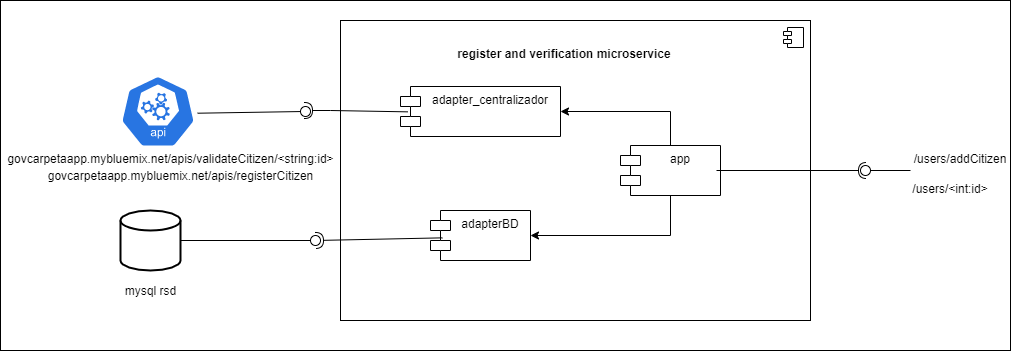
This is register-api-microservice/diagrams/register-api-microservice.png from jairo2120/Proyecto_TEI, a draw.io export, as it was before one commit. Source tidied: cells renumbered, new cells last; positions are measured from the earlier drawing's top-left corner, leaving out a move shared by most shapes. Source of this version:
```xml
<mxGraphModel>
  <root>
    <mxCell id="0" />
    <mxCell id="1" parent="0" />
    <mxCell id="2" style="html=1;" parent="1" vertex="1">
      <mxGeometry width="1010" height="350" as="geometry" />
    </mxCell>
    <mxCell id="3" style="html=1;" parent="1" vertex="1">
      <mxGeometry x="340" y="20" width="470" height="300" as="geometry" />
    </mxCell>
    <mxCell id="4" style="shape=module;jettyWidth=8;jettyHeight=4;" parent="3" vertex="1">
      <mxGeometry x="1" width="20" height="20" relative="1" as="geometry">
        <mxPoint x="-27" y="7" as="offset" />
      </mxGeometry>
    </mxCell>
    <mxCell id="5" value="register and verification microservice" style="text;align=center;fontStyle=1;verticalAlign=middle;spacingLeft=3;spacingRight=3;strokeColor=none;" parent="1" vertex="1">
      <mxGeometry x="524" y="40" width="80" height="26" as="geometry" />
    </mxCell>
    <mxCell id="6" style="edgeStyle=orthogonalEdgeStyle;rounded=0;jettySize=auto;html=1;endArrow=none;endFill=0;startArrow=classic;startFill=1;" parent="1" edge="1" source="7" target="18">
      <mxGeometry relative="1" as="geometry" />
    </mxCell>
    <mxCell id="7" value="adapter_centralizador" style="shape=module;align=left;spacingLeft=20;align=center;verticalAlign=top;" parent="1" vertex="1">
      <mxGeometry x="400" y="86" width="160" height="50" as="geometry" />
    </mxCell>
    <mxCell id="8" style="edgeStyle=orthogonalEdgeStyle;rounded=0;jettySize=auto;html=1;entryX=0.5;entryY=1;entryDx=0;entryDy=0;endArrow=none;endFill=0;startArrow=classic;startFill=1;" parent="1" edge="1" source="9" target="18">
      <mxGeometry relative="1" as="geometry" />
    </mxCell>
    <mxCell id="9" value="adapterBD" style="shape=module;align=left;spacingLeft=20;align=center;verticalAlign=top;" parent="1" vertex="1">
      <mxGeometry x="430" y="210" width="100" height="50" as="geometry" />
    </mxCell>
    <mxCell id="10" style="strokeWidth=2;html=1;shape=mxgraph.flowchart.database;whiteSpace=wrap;" parent="1" vertex="1">
      <mxGeometry x="120" y="210" width="60" height="60" as="geometry" />
    </mxCell>
    <mxCell id="11" style="html=1;dashed=0;whitespace=wrap;fillColor=#2875E2;strokeColor=#ffffff;points=[[0.005,0.63,0],[0.1,0.2,0],[0.9,0.2,0],[0.5,0,0],[0.995,0.63,0],[0.72,0.99,0],[0.5,1,0],[0.28,0.99,0]];shape=mxgraph.kubernetes.icon;prIcon=api;" parent="1" vertex="1">
      <mxGeometry x="120" y="66" width="75" height="90" as="geometry" />
    </mxCell>
    <mxCell id="12" style="rounded=0;jettySize=auto;html=1;endArrow=none;endFill=0;exitX=1.027;exitY=0.519;exitDx=0;exitDy=0;exitPerimeter=0;" parent="1" edge="1" source="11" target="14">
      <mxGeometry relative="1" as="geometry" />
    </mxCell>
    <mxCell id="13" style="rounded=0;jettySize=auto;html=1;endArrow=halfCircle;endFill=0;endSize=6;strokeWidth=1;exitX=0.046;exitY=0.507;exitDx=0;exitDy=0;exitPerimeter=0;" parent="1" edge="1" source="7">
      <mxGeometry relative="1" as="geometry">
        <mxPoint x="304" y="110" as="targetPoint" />
        <Array as="points">
          <mxPoint x="330" y="110" />
        </Array>
      </mxGeometry>
    </mxCell>
    <mxCell id="14" style="ellipse;whiteSpace=wrap;html=1;fontFamily=Helvetica;fontSize=12;fontColor=#000000;align=center;strokeColor=#000000;fillColor=#ffffff;points=[];" parent="1" vertex="1">
      <mxGeometry x="300" y="106" width="10" height="10" as="geometry" />
    </mxCell>
    <mxCell id="15" style="rounded=0;jettySize=auto;html=1;endArrow=none;endFill=0;exitX=1;exitY=0.5;exitDx=0;exitDy=0;exitPerimeter=0;" parent="1" edge="1" source="10" target="17">
      <mxGeometry relative="1" as="geometry" />
    </mxCell>
    <mxCell id="16" style="rounded=0;jettySize=auto;html=1;endArrow=halfCircle;endFill=0;entryX=0.5;entryY=0.5;entryDx=0;entryDy=0;endSize=6;strokeWidth=1;exitX=0.12;exitY=0.547;exitDx=0;exitDy=0;exitPerimeter=0;" parent="1" edge="1" source="9" target="17">
      <mxGeometry relative="1" as="geometry" />
    </mxCell>
    <mxCell id="17" style="ellipse;whiteSpace=wrap;html=1;fontFamily=Helvetica;fontSize=12;fontColor=#000000;align=center;strokeColor=#000000;fillColor=#ffffff;points=[];" parent="1" vertex="1">
      <mxGeometry x="310" y="235" width="10" height="10" as="geometry" />
    </mxCell>
    <mxCell id="18" value="app" style="shape=module;align=left;spacingLeft=20;align=center;verticalAlign=top;" parent="1" vertex="1">
      <mxGeometry x="620" y="145" width="100" height="50" as="geometry" />
    </mxCell>
    <mxCell id="19" style="rounded=0;jettySize=auto;html=1;endArrow=none;endFill=0;" parent="1" edge="1" target="21">
      <mxGeometry relative="1" as="geometry">
        <mxPoint x="910" y="170" as="sourcePoint" />
      </mxGeometry>
    </mxCell>
    <mxCell id="20" style="rounded=0;orthogonalLoop=1;jettySize=auto;html=1;endArrow=halfCircle;endFill=0;endSize=6;strokeWidth=1;exitX=1;exitY=0.5;exitDx=0;exitDy=0;entryX=1;entryY=0.5;entryDx=0;entryDy=0;entryPerimeter=0;" parent="1" edge="1">
      <mxGeometry relative="1" as="geometry">
        <mxPoint x="716" y="170" as="sourcePoint" />
        <mxPoint x="866" y="170" as="targetPoint" />
      </mxGeometry>
    </mxCell>
    <mxCell id="21" style="ellipse;whiteSpace=wrap;html=1;fontFamily=Helvetica;fontSize=12;fontColor=#000000;align=center;strokeColor=#000000;fillColor=#ffffff;points=[];" parent="1" vertex="1">
      <mxGeometry x="860" y="165" width="10" height="10" as="geometry" />
    </mxCell>
    <mxCell id="22" value="/users/addCitizen" style="text;align=center;fontStyle=0;verticalAlign=middle;spacingLeft=3;spacingRight=3;strokeColor=none;" parent="1" vertex="1">
      <mxGeometry x="920" y="145" width="80" height="26" as="geometry" />
    </mxCell>
    <mxCell id="23" value="/users/&lt;int:id&gt;" style="text;align=center;fontStyle=0;verticalAlign=middle;spacingLeft=3;spacingRight=3;strokeColor=none;" parent="1" vertex="1">
      <mxGeometry x="910" y="175" width="80" height="26" as="geometry" />
    </mxCell>
    <mxCell id="24" value="govcarpetaapp.mybluemix.net/apis/validateCitizen/&amp;lt;string:id&amp;gt;" style="text;html=1;align=center;verticalAlign=middle;strokeColor=none;" parent="1" vertex="1">
      <mxGeometry y="148" width="340" height="20" as="geometry" />
    </mxCell>
    <mxCell id="25" value="govcarpetaapp.mybluemix.net/apis/registerCitizen" style="text;html=1;align=center;verticalAlign=middle;strokeColor=none;" parent="1" vertex="1">
      <mxGeometry x="40" y="165" width="280" height="20" as="geometry" />
    </mxCell>
    <mxCell id="26" value="mysql rsd" style="text;html=1;align=center;verticalAlign=middle;strokeColor=none;" parent="1" vertex="1">
      <mxGeometry x="115" y="280" width="70" height="20" as="geometry" />
    </mxCell>
  </root>
</mxGraphModel>
```
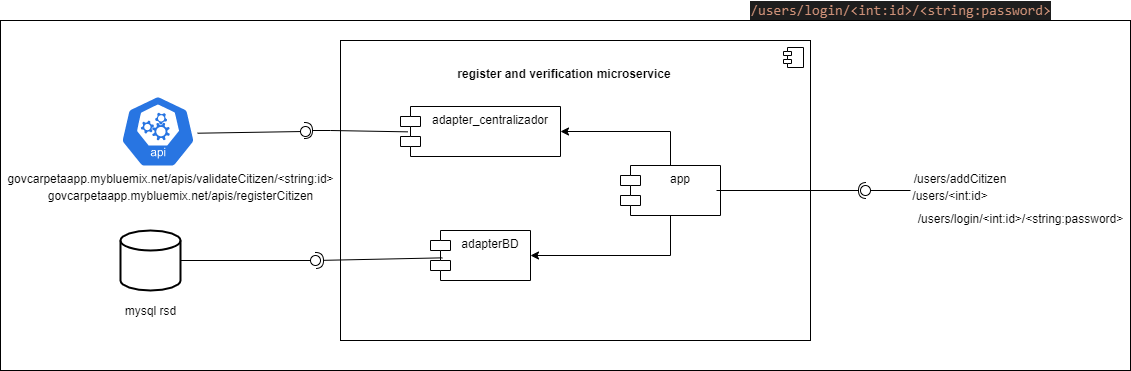
Later version of the same file.

Commit message:
Modificaciones register y get user, adicion de login

Change to the diagram source:
```diff
@@ -3,7 +3,7 @@
     <mxCell id="0" />
     <mxCell id="1" parent="0" />
     <mxCell id="2" style="html=1;" parent="1" vertex="1">
-      <mxGeometry width="1010" height="350" as="geometry" />
+      <mxGeometry width="1130" height="350" as="geometry" />
     </mxCell>
     <mxCell id="3" style="html=1;" parent="1" vertex="1">
       <mxGeometry x="340" y="20" width="470" height="300" as="geometry" />
@@ -78,7 +78,7 @@
       <mxGeometry x="920" y="145" width="80" height="26" as="geometry" />
     </mxCell>
     <mxCell id="23" value="/users/&lt;int:id&gt;" style="text;align=center;fontStyle=0;verticalAlign=middle;spacingLeft=3;spacingRight=3;strokeColor=none;" parent="1" vertex="1">
-      <mxGeometry x="910" y="175" width="80" height="26" as="geometry" />
+      <mxGeometry x="910" y="162" width="80" height="26" as="geometry" />
     </mxCell>
     <mxCell id="24" value="govcarpetaapp.mybluemix.net/apis/validateCitizen/&amp;lt;string:id&amp;gt;" style="text;html=1;align=center;verticalAlign=middle;strokeColor=none;" parent="1" vertex="1">
       <mxGeometry y="148" width="340" height="20" as="geometry" />
@@ -89,5 +89,11 @@
     <mxCell id="26" value="mysql rsd" style="text;html=1;align=center;verticalAlign=middle;strokeColor=none;" parent="1" vertex="1">
       <mxGeometry x="115" y="280" width="70" height="20" as="geometry" />
     </mxCell>
+    <mxCell id="27" value="&lt;div style=&quot;color: rgb(212 , 212 , 212) ; background-color: rgb(30 , 30 , 30) ; font-family: &amp;#34;consolas&amp;#34; , &amp;#34;courier new&amp;#34; , monospace ; font-size: 14px ; line-height: 19px&quot;&gt;&lt;span style=&quot;color: #ce9178&quot;&gt;/users/login/&amp;lt;int:id&amp;gt;/&amp;lt;string:password&amp;gt;&lt;/span&gt;&lt;/div&gt;" style="text;html=1;align=center;verticalAlign=middle;strokeColor=none;" parent="1" vertex="1">
+      <mxGeometry x="740" y="-20" width="320" height="20" as="geometry" />
+    </mxCell>
+    <mxCell id="28" value="/users/login/&amp;lt;int:id&amp;gt;/&amp;lt;string:password&amp;gt;" style="text;html=1;align=center;verticalAlign=middle;strokeColor=none;" parent="1" vertex="1">
+      <mxGeometry x="910" y="188" width="220" height="20" as="geometry" />
+    </mxCell>
   </root>
 </mxGraphModel>
```
